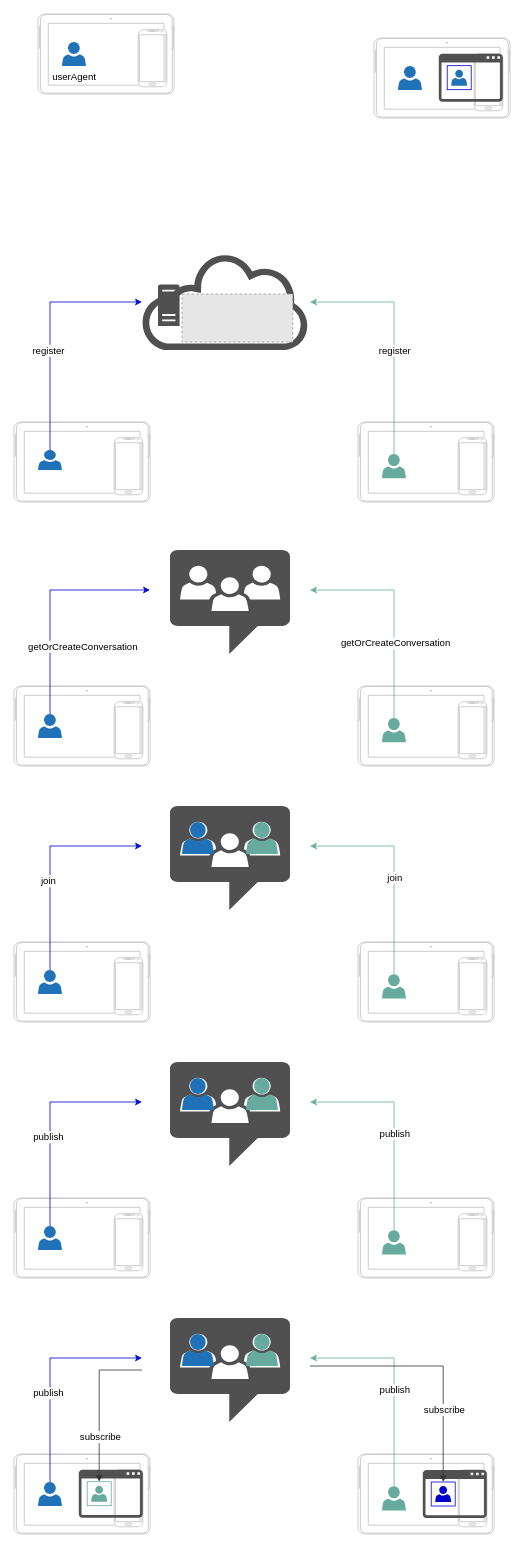
Above: doc/apirtc_doc.drawio in kmoyse-apizee/apizee (draw.io), before the change. Source tidied: cells renumbered, new cells numbered last; positions are measured from the earlier drawing's top-left corner, leaving out a move shared by most shapes. Both pictures are drawn from the tidied source at 80%, with x=0, y=0 at pixel (14, 14). Pictures stored in the file or linked from it are replaced by grey dashed boxes.
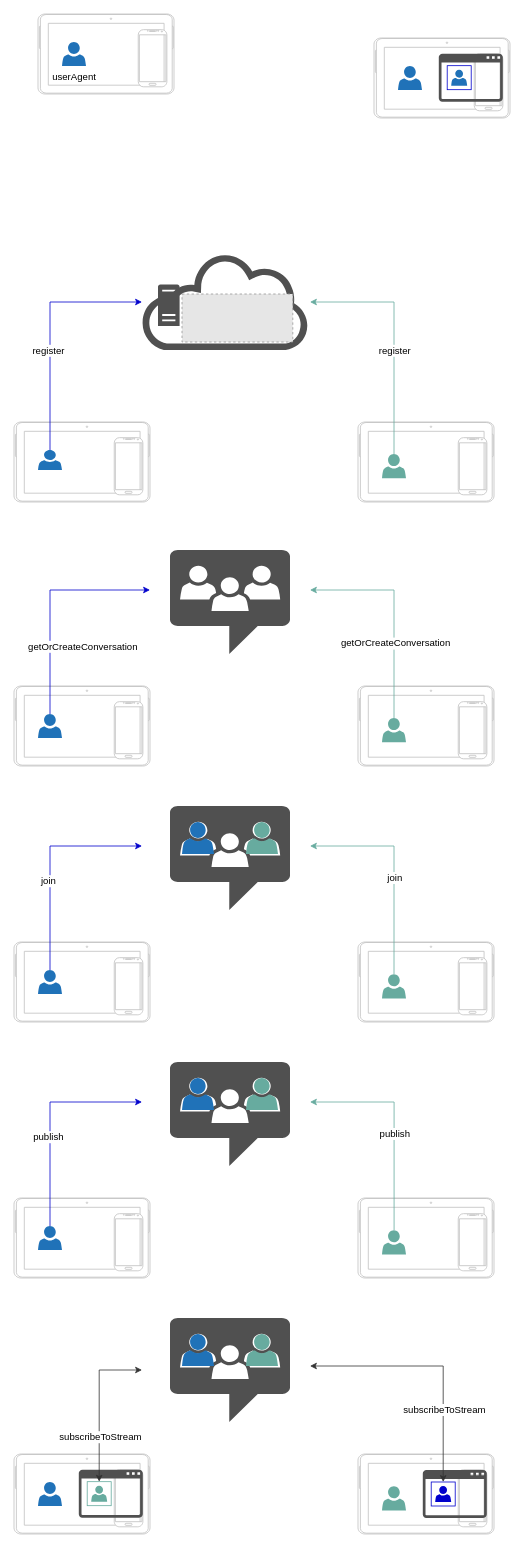
The same diagram, later.

Unchanged cells that the change refers to:
```xml
<mxCell id="76" style="shadow=0;dashed=0;html=1;strokeColor=none;labelPosition=center;verticalLabelPosition=bottom;verticalAlign=top;outlineConnect=0;align=center;shape=mxgraph.office.users.user;fillColor=#2072B8;" parent="73" vertex="1">
  <mxGeometry x="30" y="35" width="30" height="30" as="geometry" />
</mxCell>
<mxCell id="80" style="whiteSpace=wrap;html=1;labelBackgroundColor=none;fontColor=#FFFFFF;strokeColor=#67AB9F;fillColor=none;" parent="77" vertex="1">
  <mxGeometry x="10.5" y="15" width="30" height="30" as="geometry" />
</mxCell>
<mxCell id="94" style="whiteSpace=wrap;html=1;labelBackgroundColor=none;fontColor=#FFFFFF;fillColor=none;strokeColor=#0000CC;" parent="88" vertex="1">
  <mxGeometry x="91.5" y="35" width="30" height="30" as="geometry" />
</mxCell>
```

Change to the diagram source:
```diff
@@
-    <mxCell id="81" style="edgeStyle=orthogonalEdgeStyle;rounded=0;jettySize=auto;html=1;strokeColor=#0000CC;" parent="1" edge="1" source="76">
-      <mxGeometry relative="1" as="geometry">
-        <mxPoint x="160" y="1680" as="targetPoint" />
-        <Array as="points">
-          <mxPoint x="45" y="1680" />
-        </Array>
-      </mxGeometry>
-    </mxCell>
-    <mxCell id="82" value="&lt;span style=&quot;font-size: 12px&quot;&gt;publish&lt;/span&gt;" style="edgeLabel;html=1;align=center;verticalAlign=middle;" parent="81" vertex="1">
-      <mxGeometry x="-0.17" y="3" relative="1" as="geometry" />
-    </mxCell>
@@
-    <mxCell id="86" style="edgeStyle=orthogonalEdgeStyle;rounded=0;jettySize=auto;html=1;strokeColor=#333333;entryX=0.5;entryY=0;entryDx=0;entryDy=0;" parent="1" edge="1" target="80">
+    <mxCell id="86" style="edgeStyle=orthogonalEdgeStyle;rounded=0;jettySize=auto;html=1;strokeColor=#333333;entryX=0.5;entryY=0;entryDx=0;entryDy=0;startArrow=classic;startFill=1;" parent="1" edge="1" target="80">
       <mxGeometry relative="1" as="geometry">
         <mxPoint x="160" y="1695" as="sourcePoint" />
         <Array as="points">
           <mxPoint x="107" y="1695" />
         </Array>
       </mxGeometry>
     </mxCell>
-    <mxCell id="87" value="&lt;font style=&quot;font-size: 12px&quot;&gt;subscribe&lt;/font&gt;" style="edgeLabel;html=1;align=center;verticalAlign=middle;" parent="86" vertex="1">
+    <mxCell id="87" value="&lt;font style=&quot;font-size: 12px&quot;&gt;subscribeToStream&lt;/font&gt;" style="edgeLabel;html=1;align=center;verticalAlign=middle;" parent="86" vertex="1">
       <mxGeometry x="0.42" y="1" relative="1" as="geometry" />
     </mxCell>
@@
-    <mxCell id="95" style="edgeStyle=orthogonalEdgeStyle;rounded=0;orthogonalLoop=1;jettySize=auto;html=1;strokeColor=#67AB9F;" parent="1" edge="1">
-      <mxGeometry relative="1" as="geometry">
-        <mxPoint x="475.1" y="1840.2" as="sourcePoint" />
-        <mxPoint x="370" y="1680" as="targetPoint" />
-        <Array as="points">
-          <mxPoint x="475" y="1680" />
-        </Array>
-      </mxGeometry>
-    </mxCell>
-    <mxCell id="96" value="&lt;span style=&quot;font-size: 12px&quot;&gt;publish&lt;/span&gt;" style="edgeLabel;html=1;align=center;verticalAlign=middle;" parent="95" vertex="1">
-      <mxGeometry x="-0.09" y="1" relative="1" as="geometry">
-        <mxPoint x="1" as="offset" />
-      </mxGeometry>
-    </mxCell>
-    <mxCell id="97" style="edgeStyle=orthogonalEdgeStyle;rounded=0;jettySize=auto;html=1;strokeColor=#333333;entryX=0.5;entryY=0;entryDx=0;entryDy=0;" parent="1" edge="1" target="94">
+    <mxCell id="97" style="edgeStyle=orthogonalEdgeStyle;rounded=0;jettySize=auto;html=1;strokeColor=#333333;entryX=0.5;entryY=0;entryDx=0;entryDy=0;startArrow=classic;startFill=1;" parent="1" edge="1" target="94">
       <mxGeometry relative="1" as="geometry">
         <mxPoint x="370" y="1690" as="sourcePoint" />
         <Array as="points">
           <mxPoint x="537" y="1690" />
           <mxPoint x="537" y="1835" />
         </Array>
       </mxGeometry>
     </mxCell>
-    <mxCell id="98" value="&lt;font style=&quot;font-size: 12px&quot;&gt;subscribe&lt;/font&gt;" style="edgeLabel;html=1;align=center;verticalAlign=middle;" parent="97" vertex="1">
+    <mxCell id="98" value="&lt;span style=&quot;font-size: 12px&quot;&gt;subscribeToStream&lt;/span&gt;" style="edgeLabel;html=1;align=center;verticalAlign=middle;" parent="97" vertex="1">
       <mxGeometry x="0.42" y="1" relative="1" as="geometry" />
     </mxCell>
```
